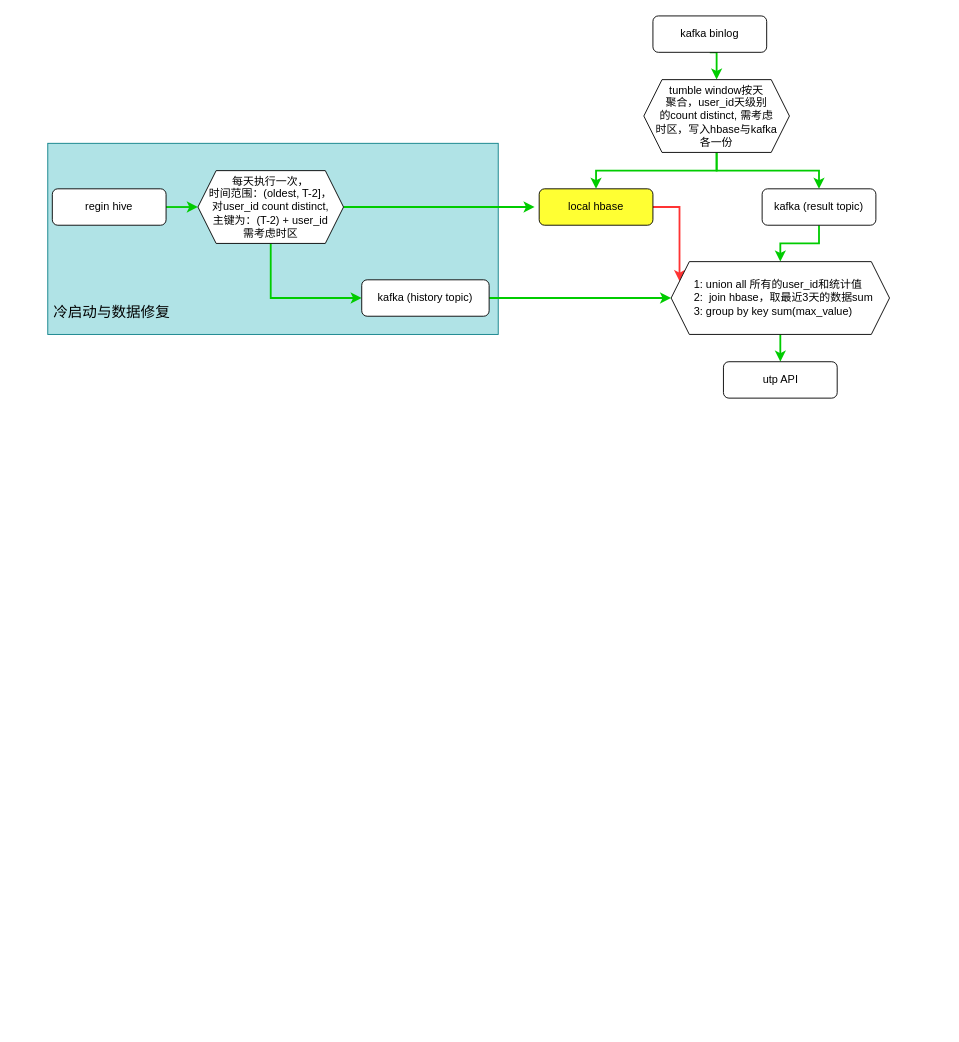
The draw.io diagram 未命名绘图.drawio in LadyTao/flink-study, before the edit. Source tidied: cells renumbered, new cells numbered last; positions are measured from the earlier drawing's top-left corner, leaving out a move shared by most shapes. Both pictures are drawn from the tidied source at 91%, with x=0, y=0 at pixel (43, 15).
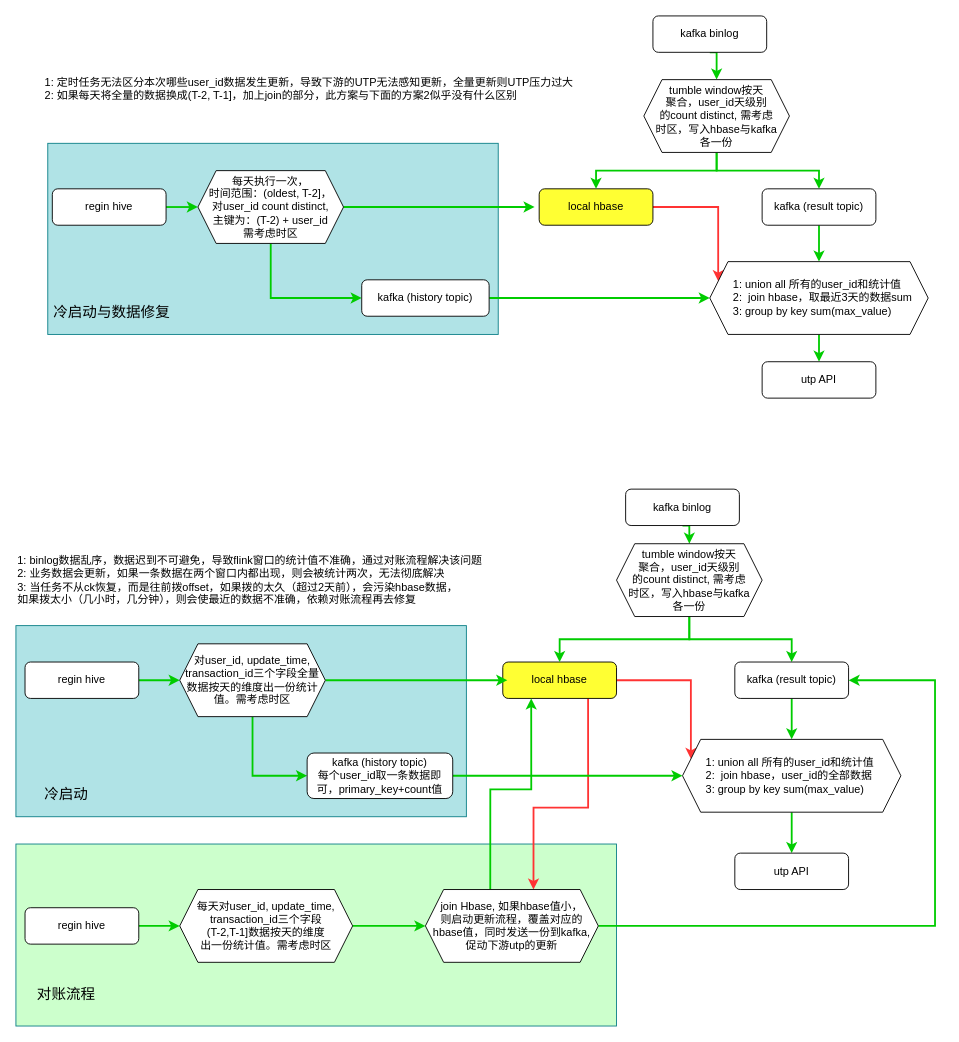
Above is the later version.

Commit message:
更新未命名绘图.drawio

What changed in the source:
```diff
@@
+    <mxCell id="23" style="rounded=0;whiteSpace=wrap;html=1;fillColor=#CCFFCC;strokeColor=#0e8088;" parent="1" vertex="1">
+      <mxGeometry x="-30" y="910" width="660" height="200" as="geometry" />
+    </mxCell>
@@
     <mxCell id="18" value="&amp;nbsp; &amp;nbsp; &amp;nbsp; &amp;nbsp;1: union all 所有的user_id和统计值&lt;br&gt;&amp;nbsp; &amp;nbsp; &amp;nbsp; &amp;nbsp;2:&amp;nbsp; join hbase，取最近3天的数据sum&lt;br&gt;&amp;nbsp; &amp;nbsp; &amp;nbsp; &amp;nbsp;3: group by key sum(max_value)" style="shape=hexagon;perimeter=hexagonPerimeter2;whiteSpace=wrap;html=1;fixedSize=1;align=left;" parent="1" vertex="1">
-      <mxGeometry x="690" y="270" width="240" height="80" as="geometry" />
+      <mxGeometry x="732.5" y="270" width="240" height="80" as="geometry" />
     </mxCell>
     <mxCell id="19" value="utp API" style="rounded=1;whiteSpace=wrap;html=1;" parent="1" vertex="1">
-      <mxGeometry x="747.5" y="380" width="125" height="40" as="geometry" />
+      <mxGeometry x="790" y="380" width="125" height="40" as="geometry" />
     </mxCell>
@@
+    <mxCell id="24" value="1: 定时任务无法区分本次哪些user_id数据发生更新，导致下游的UTP无法感知更新，全量更新则UTP压力过大&lt;br&gt;2: 如果每天将全量的数据换成(T-2, T-1]，加上join的部分，此方案与下面的方案2似乎没有什么区别" style="text;html=1;align=left;verticalAlign=middle;fillColor=none;strokeColor=none;rounded=0;fontSize=12;" parent="1" vertex="1">
+      <mxGeometry y="60" width="600" height="40" as="geometry" />
+    </mxCell>
+    <mxCell id="25" style="rounded=0;whiteSpace=wrap;html=1;fillColor=#b0e3e6;strokeColor=#0e8088;" parent="1" vertex="1">
+      <mxGeometry x="-30" y="670" width="495" height="210" as="geometry" />
+    </mxCell>
+    <mxCell id="26" style="edgeStyle=orthogonalEdgeStyle;rounded=0;jettySize=auto;html=1;exitX=0.5;exitY=1;exitDx=0;exitDy=0;entryX=0.5;entryY=0;entryDx=0;entryDy=0;fontSize=16;strokeWidth=2;strokeColor=#00CC00;" parent="1" edge="1" source="27" target="38">
+      <mxGeometry relative="1" as="geometry" />
+    </mxCell>
+    <mxCell id="27" value="kafka binlog" style="rounded=1;whiteSpace=wrap;html=1;" parent="1" vertex="1">
+      <mxGeometry x="640" y="520" width="125" height="40" as="geometry" />
+    </mxCell>
+    <mxCell id="28" style="edgeStyle=orthogonalEdgeStyle;rounded=0;jettySize=auto;html=1;exitX=1;exitY=0.5;exitDx=0;exitDy=0;entryX=0;entryY=0.5;entryDx=0;entryDy=0;strokeColor=#00CC00;strokeWidth=2;" parent="1" edge="1" source="29" target="35">
+      <mxGeometry relative="1" as="geometry" />
+    </mxCell>
+    <mxCell id="29" value="regin hive" style="rounded=1;whiteSpace=wrap;html=1;" parent="1" vertex="1">
+      <mxGeometry x="-20" y="710" width="125" height="40" as="geometry" />
+    </mxCell>
+    <mxCell id="30" style="edgeStyle=orthogonalEdgeStyle;rounded=0;jettySize=auto;html=1;exitX=1;exitY=0.5;exitDx=0;exitDy=0;entryX=0;entryY=0.25;entryDx=0;entryDy=0;strokeColor=#FF3333;strokeWidth=2;fontSize=12;" parent="1" edge="1" source="32" target="42">
+      <mxGeometry relative="1" as="geometry" />
+    </mxCell>
+    <mxCell id="31" style="edgeStyle=orthogonalEdgeStyle;rounded=0;jettySize=auto;html=1;exitX=0.75;exitY=1;exitDx=0;exitDy=0;entryX=0.625;entryY=0;entryDx=0;entryDy=0;strokeColor=#FF3333;strokeWidth=2;fontSize=12;" parent="1" edge="1" source="32" target="54">
+      <mxGeometry relative="1" as="geometry">
+        <Array as="points">
+          <mxPoint x="599" y="870" />
+          <mxPoint x="539" y="870" />
+        </Array>
+      </mxGeometry>
+    </mxCell>
+    <mxCell id="32" value="local hbase" style="rounded=1;whiteSpace=wrap;html=1;fillColor=#FFFF33;" parent="1" vertex="1">
+      <mxGeometry x="505" y="710" width="125" height="40" as="geometry" />
+    </mxCell>
+    <mxCell id="33" style="edgeStyle=orthogonalEdgeStyle;rounded=0;jettySize=auto;html=1;exitX=1;exitY=0.5;exitDx=0;exitDy=0;strokeColor=#00CC00;strokeWidth=2;fontSize=12;" parent="1" edge="1" source="35">
+      <mxGeometry relative="1" as="geometry">
+        <mxPoint x="510" y="730" as="targetPoint" />
+      </mxGeometry>
+    </mxCell>
+    <mxCell id="34" style="edgeStyle=orthogonalEdgeStyle;rounded=0;jettySize=auto;html=1;exitX=0.5;exitY=1;exitDx=0;exitDy=0;entryX=0;entryY=0.5;entryDx=0;entryDy=0;strokeColor=#00CC00;strokeWidth=2;fontSize=12;" parent="1" edge="1" source="35" target="46">
+      <mxGeometry relative="1" as="geometry" />
+    </mxCell>
+    <mxCell id="35" value="对user_id, update_time, transaction_id三个字段全量数据按天的维度出一份统计值。需考虑时区" style="shape=hexagon;perimeter=hexagonPerimeter2;whiteSpace=wrap;html=1;fixedSize=1;" parent="1" vertex="1">
+      <mxGeometry x="150" y="690" width="160" height="80" as="geometry" />
+    </mxCell>
+    <mxCell id="36" style="edgeStyle=orthogonalEdgeStyle;rounded=0;jettySize=auto;html=1;exitX=0.5;exitY=1;exitDx=0;exitDy=0;entryX=0.5;entryY=0;entryDx=0;entryDy=0;strokeColor=#00CC00;strokeWidth=2;fontSize=12;" parent="1" edge="1" source="38" target="32">
+      <mxGeometry relative="1" as="geometry" />
+    </mxCell>
+    <mxCell id="37" style="edgeStyle=orthogonalEdgeStyle;rounded=0;jettySize=auto;html=1;exitX=0.5;exitY=1;exitDx=0;exitDy=0;entryX=0.5;entryY=0;entryDx=0;entryDy=0;strokeColor=#00CC00;strokeWidth=2;fontSize=12;" parent="1" edge="1" source="38" target="40">
+      <mxGeometry relative="1" as="geometry" />
+    </mxCell>
+    <mxCell id="38" value="tumble window按天&lt;br&gt;聚合，user_id天级别&lt;br&gt;的count distinct, 需考虑&lt;br&gt;时区，写入hbase与kafka&lt;br&gt;各一份" style="shape=hexagon;perimeter=hexagonPerimeter2;whiteSpace=wrap;html=1;fixedSize=1;" parent="1" vertex="1">
+      <mxGeometry x="630" y="580" width="160" height="80" as="geometry" />
+    </mxCell>
+    <mxCell id="39" style="edgeStyle=orthogonalEdgeStyle;rounded=0;jettySize=auto;html=1;exitX=0.5;exitY=1;exitDx=0;exitDy=0;entryX=0.5;entryY=0;entryDx=0;entryDy=0;strokeColor=#00CC00;strokeWidth=2;fontSize=12;" parent="1" edge="1" source="40" target="42">
+      <mxGeometry relative="1" as="geometry" />
+    </mxCell>
+    <mxCell id="40" value="kafka (result topic)" style="rounded=1;whiteSpace=wrap;html=1;" parent="1" vertex="1">
+      <mxGeometry x="760" y="710" width="125" height="40" as="geometry" />
+    </mxCell>
+    <mxCell id="41" style="edgeStyle=orthogonalEdgeStyle;rounded=0;jettySize=auto;html=1;exitX=0.5;exitY=1;exitDx=0;exitDy=0;entryX=0.5;entryY=0;entryDx=0;entryDy=0;fontSize=16;strokeWidth=2;strokeColor=#00CC00;" parent="1" edge="1" source="42" target="43">
+      <mxGeometry relative="1" as="geometry" />
+    </mxCell>
+    <mxCell id="42" value="&amp;nbsp; &amp;nbsp; &amp;nbsp; &amp;nbsp;1: union all 所有的user_id和统计值&lt;br&gt;&amp;nbsp; &amp;nbsp; &amp;nbsp; &amp;nbsp;2:&amp;nbsp; join hbase，user_id的全部数据&lt;br&gt;&amp;nbsp; &amp;nbsp; &amp;nbsp; &amp;nbsp;3: group by key sum(max_value)" style="shape=hexagon;perimeter=hexagonPerimeter2;whiteSpace=wrap;html=1;fixedSize=1;align=left;" parent="1" vertex="1">
+      <mxGeometry x="702.5" y="795" width="240" height="80" as="geometry" />
+    </mxCell>
+    <mxCell id="43" value="utp API" style="rounded=1;whiteSpace=wrap;html=1;" parent="1" vertex="1">
+      <mxGeometry x="760" y="920" width="125" height="40" as="geometry" />
+    </mxCell>
+    <mxCell id="44" value="&lt;font style=&quot;font-size: 16px;&quot;&gt;冷启动&lt;/font&gt;" style="text;html=1;align=center;verticalAlign=middle;fillColor=none;strokeColor=none;rounded=0;" parent="1" vertex="1">
+      <mxGeometry x="-10" y="840" width="70" height="30" as="geometry" />
+    </mxCell>
+    <mxCell id="45" style="edgeStyle=orthogonalEdgeStyle;rounded=0;jettySize=auto;html=1;exitX=1;exitY=0.5;exitDx=0;exitDy=0;fontSize=16;strokeWidth=2;strokeColor=#00CC00;" parent="1" edge="1" source="46" target="42">
+      <mxGeometry relative="1" as="geometry" />
+    </mxCell>
+    <mxCell id="46" value="kafka (history topic)&lt;br&gt;每个user_id取一条数据即可，primary_key+count值" style="rounded=1;whiteSpace=wrap;html=1;" parent="1" vertex="1">
+      <mxGeometry x="290" y="810" width="160" height="50" as="geometry" />
+    </mxCell>
+    <mxCell id="47" style="edgeStyle=orthogonalEdgeStyle;rounded=0;jettySize=auto;html=1;exitX=1;exitY=0.5;exitDx=0;exitDy=0;entryX=0;entryY=0.5;entryDx=0;entryDy=0;strokeColor=#00CC00;strokeWidth=2;" parent="1" edge="1" source="48" target="50">
+      <mxGeometry relative="1" as="geometry" />
+    </mxCell>
+    <mxCell id="48" value="regin hive" style="rounded=1;whiteSpace=wrap;html=1;" parent="1" vertex="1">
+      <mxGeometry x="-20" y="980" width="125" height="40" as="geometry" />
+    </mxCell>
+    <mxCell id="49" style="edgeStyle=orthogonalEdgeStyle;rounded=0;jettySize=auto;html=1;exitX=1;exitY=0.5;exitDx=0;exitDy=0;entryX=0;entryY=0.5;entryDx=0;entryDy=0;strokeColor=#00CC00;strokeWidth=2;fontSize=12;" parent="1" edge="1" source="50" target="54">
+      <mxGeometry relative="1" as="geometry" />
+    </mxCell>
+    <mxCell id="50" value="每天对user_id, update_time, transaction_id三个字段&lt;br&gt;(T-2,T-1]数据按天的维度&lt;br&gt;出一份统计值。需考虑时区" style="shape=hexagon;perimeter=hexagonPerimeter2;whiteSpace=wrap;html=1;fixedSize=1;" parent="1" vertex="1">
+      <mxGeometry x="150" y="960" width="190" height="80" as="geometry" />
+    </mxCell>
+    <mxCell id="51" value="&lt;span style=&quot;font-size: 16px;&quot;&gt;对账流程&lt;/span&gt;" style="text;html=1;align=center;verticalAlign=middle;fillColor=none;strokeColor=none;rounded=0;" parent="1" vertex="1">
+      <mxGeometry x="-20" y="1060" width="90" height="30" as="geometry" />
+    </mxCell>
+    <mxCell id="52" style="edgeStyle=orthogonalEdgeStyle;rounded=0;jettySize=auto;html=1;exitX=1;exitY=0.5;exitDx=0;exitDy=0;entryX=1;entryY=0.5;entryDx=0;entryDy=0;strokeColor=#00CC00;strokeWidth=2;fontSize=12;" parent="1" edge="1" source="54" target="40">
+      <mxGeometry relative="1" as="geometry">
+        <Array as="points">
+          <mxPoint x="980" y="1000" />
+          <mxPoint x="980" y="730" />
+        </Array>
+      </mxGeometry>
+    </mxCell>
+    <mxCell id="53" style="edgeStyle=orthogonalEdgeStyle;rounded=0;jettySize=auto;html=1;exitX=0.375;exitY=0;exitDx=0;exitDy=0;entryX=0.25;entryY=1;entryDx=0;entryDy=0;strokeColor=#00CC00;strokeWidth=2;fontSize=12;" parent="1" edge="1" source="54" target="32">
+      <mxGeometry relative="1" as="geometry">
+        <Array as="points">
+          <mxPoint x="491" y="850" />
+          <mxPoint x="536" y="850" />
+        </Array>
+      </mxGeometry>
+    </mxCell>
+    <mxCell id="54" value="join Hbase, 如果hbase值小，&lt;br&gt;则启动更新流程，覆盖对应的hbase值，同时发送一份到kafka,&lt;br&gt;促动下游utp的更新" style="shape=hexagon;perimeter=hexagonPerimeter2;whiteSpace=wrap;html=1;fixedSize=1;" parent="1" vertex="1">
+      <mxGeometry x="420" y="960" width="190" height="80" as="geometry" />
+    </mxCell>
+    <mxCell id="55" value="1: binlog数据乱序，数据迟到不可避免，导致flink窗口的统计值不准确，通过对账流程解决该问题&lt;br&gt;2: 业务数据会更新，如果一条数据在两个窗口内都出现，则会被统计两次，无法彻底解决&lt;br&gt;3: 当任务不从ck恢复，而是往前拨offset，如果拨的太久（超过2天前），会污染hbase数据，&lt;br&gt;如果拨太小（几小时，几分钟），则会使最近的数据不准确，依赖对账流程再去修复" style="text;html=1;align=left;verticalAlign=middle;fillColor=none;strokeColor=none;rounded=0;fontSize=12;" parent="1" vertex="1">
+      <mxGeometry x="-30" y="585" width="530" height="70" as="geometry" />
+    </mxCell>
```
